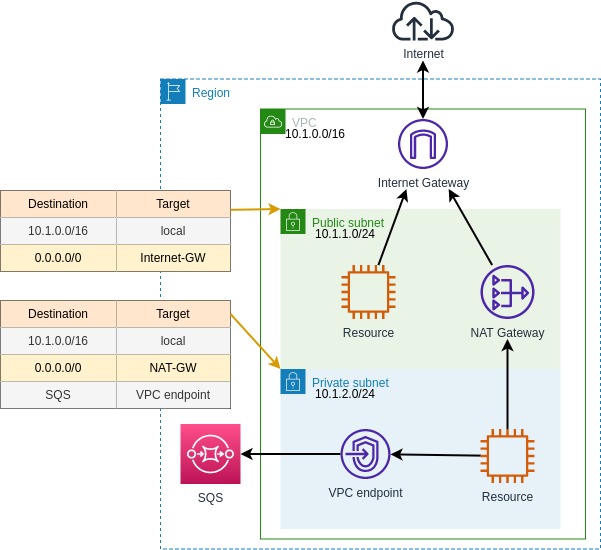
Above: media/vpc_basic.png in yarik2215/AWS-Lambda-Notes (draw.io), before the change. Source tidied: cells renumbered, new cells last; positions are measured from the earlier drawing's top-left corner, leaving out a move shared by most shapes.
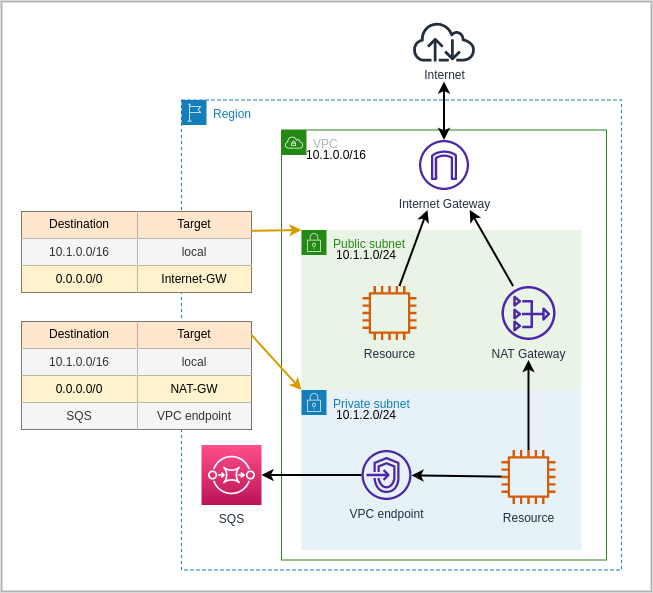
The same file after the commit.

Diff of the diagram source:
```diff
@@ -137,5 +137,8 @@
     <mxCell id="46" style="endArrow=classic;startArrow=classic;html=1;endSize=6;targetPerimeterSpacing=20;strokeColor=#000000;strokeWidth=2;" parent="1" edge="1" source="15" target="45">
       <mxGeometry relative="1" as="geometry" />
     </mxCell>
+    <mxCell id="47" style="rounded=0;whiteSpace=wrap;html=1;strokeColor=#B3B3B3;fillColor=none;strokeWidth=2;" parent="1" vertex="1">
+      <mxGeometry x="-20" y="-20" width="650" height="590" as="geometry" />
+    </mxCell>
   </root>
 </mxGraphModel>
```
